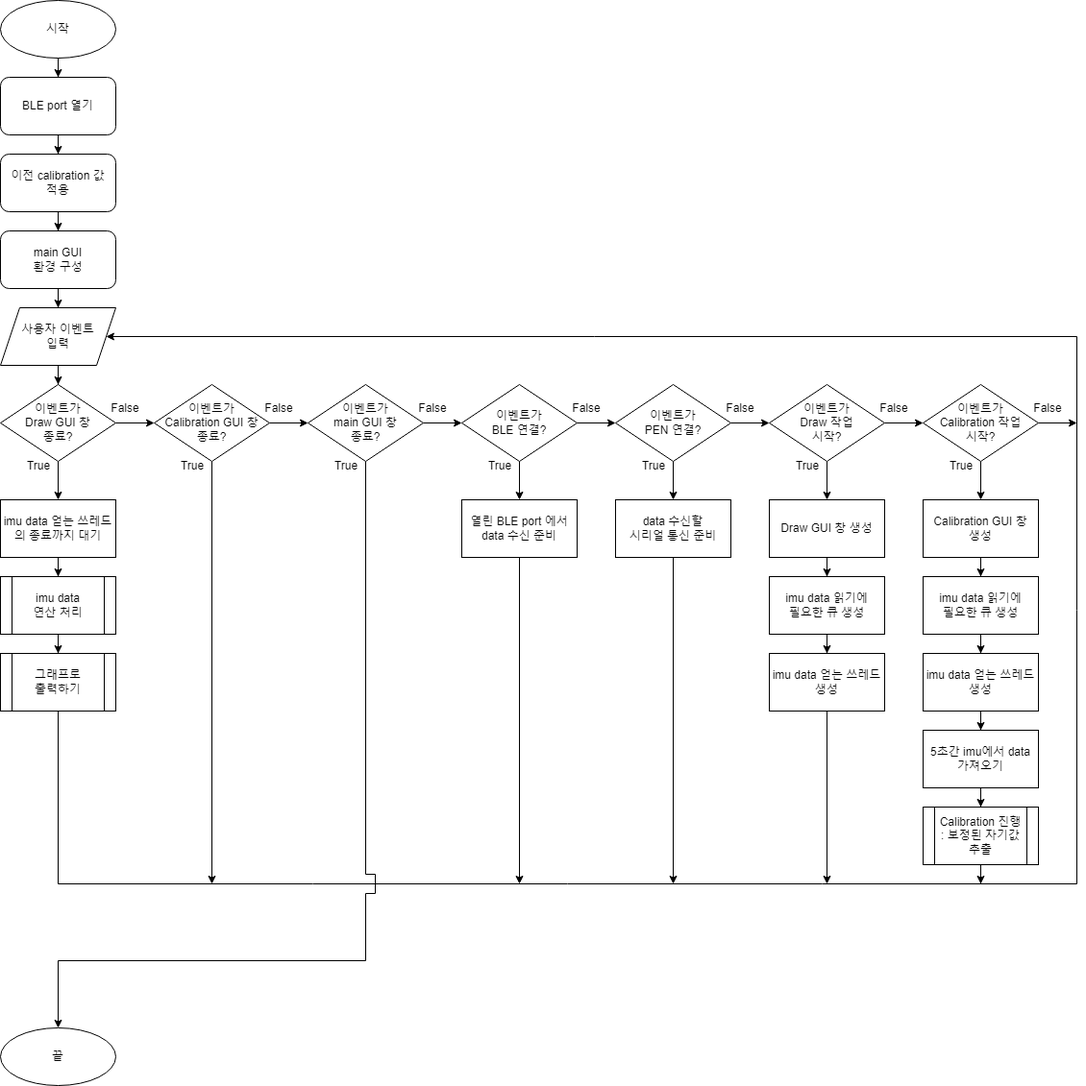
Above: pic/figure1.drawio.png in siorTeam/smart-pen (draw.io), before the change. Source tidied: cells renumbered, new cells last; positions are measured from the earlier drawing's top-left corner, leaving out a move shared by most shapes. Its diagram source:
```xml
<mxGraphModel>
  <root>
    <mxCell id="0" />
    <mxCell id="1" parent="0" />
    <mxCell id="2" style="edgeStyle=orthogonalEdgeStyle;rounded=0;jettySize=auto;html=1;exitX=0.5;exitY=1;exitDx=0;exitDy=0;" parent="1" edge="1" source="3" target="5">
      <mxGeometry relative="1" as="geometry" />
    </mxCell>
    <mxCell id="3" value="BLE port 열기" style="rounded=1;whiteSpace=wrap;html=1;" parent="1" vertex="1">
      <mxGeometry y="80" width="120" height="60" as="geometry" />
    </mxCell>
    <mxCell id="4" style="edgeStyle=orthogonalEdgeStyle;rounded=0;jettySize=auto;html=1;" parent="1" edge="1" source="5" target="7">
      <mxGeometry relative="1" as="geometry" />
    </mxCell>
    <mxCell id="5" value="이전 calibration 값&lt;br&gt;적용" style="rounded=1;whiteSpace=wrap;html=1;" parent="1" vertex="1">
      <mxGeometry y="160" width="120" height="60" as="geometry" />
    </mxCell>
    <mxCell id="6" style="edgeStyle=orthogonalEdgeStyle;rounded=0;jettySize=auto;html=1;" parent="1" edge="1" source="7" target="12">
      <mxGeometry relative="1" as="geometry" />
    </mxCell>
    <mxCell id="7" value="main GUI&lt;br&gt;환경 구성" style="rounded=1;whiteSpace=wrap;html=1;" parent="1" vertex="1">
      <mxGeometry y="240" width="120" height="60" as="geometry" />
    </mxCell>
    <mxCell id="8" style="edgeStyle=orthogonalEdgeStyle;rounded=0;jettySize=auto;html=1;exitX=0.5;exitY=1;exitDx=0;exitDy=0;entryX=0.5;entryY=0;entryDx=0;entryDy=0;" parent="1" edge="1" source="10" target="15">
      <mxGeometry relative="1" as="geometry">
        <Array as="points">
          <mxPoint x="380" y="910" />
          <mxPoint x="390" y="910" />
          <mxPoint x="390" y="930" />
          <mxPoint x="380" y="930" />
          <mxPoint x="380" y="1000" />
          <mxPoint x="60" y="1000" />
        </Array>
      </mxGeometry>
    </mxCell>
    <mxCell id="9" style="edgeStyle=orthogonalEdgeStyle;rounded=0;jettySize=auto;html=1;exitX=1;exitY=0.5;exitDx=0;exitDy=0;" parent="1" edge="1" source="10">
      <mxGeometry relative="1" as="geometry">
        <mxPoint x="480" y="440" as="targetPoint" />
      </mxGeometry>
    </mxCell>
    <mxCell id="10" value="이벤트가&lt;br&gt;main GUI 창&lt;br&gt;종료?" style="rhombus;whiteSpace=wrap;html=1;" parent="1" vertex="1">
      <mxGeometry x="320" y="400" width="120" height="80" as="geometry" />
    </mxCell>
    <mxCell id="11" style="edgeStyle=orthogonalEdgeStyle;rounded=0;jettySize=auto;html=1;entryX=0.5;entryY=0;entryDx=0;entryDy=0;" parent="1" edge="1" source="12" target="21">
      <mxGeometry relative="1" as="geometry" />
    </mxCell>
    <mxCell id="12" value="사용자 이벤트&lt;br&gt;입력" style="shape=parallelogram;perimeter=parallelogramPerimeter;whiteSpace=wrap;html=1;fixedSize=1;" parent="1" vertex="1">
      <mxGeometry y="320" width="120" height="60" as="geometry" />
    </mxCell>
    <mxCell id="13" style="edgeStyle=orthogonalEdgeStyle;rounded=0;jettySize=auto;html=1;exitX=0.5;exitY=1;exitDx=0;exitDy=0;" parent="1" edge="1" source="14" target="3">
      <mxGeometry relative="1" as="geometry" />
    </mxCell>
    <mxCell id="14" value="시작" style="ellipse;whiteSpace=wrap;html=1;" parent="1" vertex="1">
      <mxGeometry width="120" height="60" as="geometry" />
    </mxCell>
    <mxCell id="15" value="끝" style="ellipse;whiteSpace=wrap;html=1;" parent="1" vertex="1">
      <mxGeometry y="1070" width="120" height="60" as="geometry" />
    </mxCell>
    <mxCell id="16" style="edgeStyle=orthogonalEdgeStyle;rounded=0;jettySize=auto;html=1;entryX=0;entryY=0.5;entryDx=0;entryDy=0;" parent="1" edge="1" source="18" target="10">
      <mxGeometry relative="1" as="geometry" />
    </mxCell>
    <mxCell id="17" style="edgeStyle=orthogonalEdgeStyle;rounded=0;jettySize=auto;html=1;" parent="1" edge="1" source="18">
      <mxGeometry relative="1" as="geometry">
        <mxPoint x="220" y="920" as="targetPoint" />
      </mxGeometry>
    </mxCell>
    <mxCell id="18" value="이벤트가&lt;br&gt;Calibration GUI 창&lt;br&gt;종료?" style="rhombus;whiteSpace=wrap;html=1;" parent="1" vertex="1">
      <mxGeometry x="160" y="400" width="120" height="80" as="geometry" />
    </mxCell>
    <mxCell id="19" style="edgeStyle=orthogonalEdgeStyle;rounded=0;jettySize=auto;html=1;exitX=0.5;exitY=1;exitDx=0;exitDy=0;entryX=0.5;entryY=0;entryDx=0;entryDy=0;" parent="1" edge="1" source="21" target="23">
      <mxGeometry relative="1" as="geometry" />
    </mxCell>
    <mxCell id="20" style="edgeStyle=orthogonalEdgeStyle;rounded=0;jettySize=auto;html=1;entryX=0;entryY=0.5;entryDx=0;entryDy=0;" parent="1" edge="1" source="21" target="18">
      <mxGeometry relative="1" as="geometry" />
    </mxCell>
    <mxCell id="21" value="이벤트가&lt;br&gt;Draw GUI 창&lt;br&gt;종료?" style="rhombus;whiteSpace=wrap;html=1;" parent="1" vertex="1">
      <mxGeometry y="400" width="120" height="80" as="geometry" />
    </mxCell>
    <mxCell id="22" style="edgeStyle=orthogonalEdgeStyle;rounded=0;jettySize=auto;html=1;entryX=0.5;entryY=0;entryDx=0;entryDy=0;" parent="1" edge="1" source="23" target="25">
      <mxGeometry relative="1" as="geometry" />
    </mxCell>
    <mxCell id="23" value="imu data 얻는 쓰레드&lt;br&gt;의 종료까지 대기" style="rounded=0;whiteSpace=wrap;html=1;" parent="1" vertex="1">
      <mxGeometry y="520" width="120" height="60" as="geometry" />
    </mxCell>
    <mxCell id="24" style="edgeStyle=orthogonalEdgeStyle;rounded=0;jettySize=auto;html=1;" parent="1" edge="1" source="25" target="27">
      <mxGeometry relative="1" as="geometry" />
    </mxCell>
    <mxCell id="25" value="imu data&lt;br&gt;연산 처리" style="shape=process;whiteSpace=wrap;html=1;backgroundOutline=1;" parent="1" vertex="1">
      <mxGeometry y="600" width="120" height="60" as="geometry" />
    </mxCell>
    <mxCell id="26" style="edgeStyle=orthogonalEdgeStyle;rounded=0;jettySize=auto;html=1;entryX=1;entryY=0.5;entryDx=0;entryDy=0;" parent="1" edge="1" source="27" target="12">
      <mxGeometry relative="1" as="geometry">
        <Array as="points">
          <mxPoint x="60" y="920" />
          <mxPoint x="1120" y="920" />
          <mxPoint x="1120" y="350" />
        </Array>
      </mxGeometry>
    </mxCell>
    <mxCell id="27" value="그래프로&lt;br&gt;출력하기" style="shape=process;whiteSpace=wrap;html=1;backgroundOutline=1;" parent="1" vertex="1">
      <mxGeometry y="680" width="120" height="60" as="geometry" />
    </mxCell>
    <mxCell id="28" value="True" style="text;html=1;strokeColor=none;fillColor=none;align=center;verticalAlign=middle;whiteSpace=wrap;rounded=0;" parent="1" vertex="1">
      <mxGeometry x="30" y="480" width="20" height="10" as="geometry" />
    </mxCell>
    <mxCell id="29" value="True" style="text;html=1;strokeColor=none;fillColor=none;align=center;verticalAlign=middle;whiteSpace=wrap;rounded=0;" parent="1" vertex="1">
      <mxGeometry x="190" y="480" width="20" height="10" as="geometry" />
    </mxCell>
    <mxCell id="30" value="True" style="text;html=1;strokeColor=none;fillColor=none;align=center;verticalAlign=middle;whiteSpace=wrap;rounded=0;" parent="1" vertex="1">
      <mxGeometry x="350" y="480" width="20" height="10" as="geometry" />
    </mxCell>
    <mxCell id="31" value="False" style="text;html=1;strokeColor=none;fillColor=none;align=center;verticalAlign=middle;whiteSpace=wrap;rounded=0;" parent="1" vertex="1">
      <mxGeometry x="120" y="420" width="20" height="10" as="geometry" />
    </mxCell>
    <mxCell id="32" value="False" style="text;html=1;strokeColor=none;fillColor=none;align=center;verticalAlign=middle;whiteSpace=wrap;rounded=0;" parent="1" vertex="1">
      <mxGeometry x="280" y="420" width="20" height="10" as="geometry" />
    </mxCell>
    <mxCell id="33" value="False" style="text;html=1;strokeColor=none;fillColor=none;align=center;verticalAlign=middle;whiteSpace=wrap;rounded=0;" parent="1" vertex="1">
      <mxGeometry x="440" y="420" width="20" height="10" as="geometry" />
    </mxCell>
    <mxCell id="34" style="edgeStyle=orthogonalEdgeStyle;rounded=0;jettySize=auto;html=1;exitX=1;exitY=0.5;exitDx=0;exitDy=0;" parent="1" edge="1" source="36">
      <mxGeometry relative="1" as="geometry">
        <mxPoint x="640" y="440" as="targetPoint" />
      </mxGeometry>
    </mxCell>
    <mxCell id="35" style="edgeStyle=orthogonalEdgeStyle;rounded=0;jettySize=auto;html=1;" parent="1" edge="1" source="36" target="40">
      <mxGeometry relative="1" as="geometry" />
    </mxCell>
    <mxCell id="36" value="이벤트가&lt;br&gt;BLE 연결?" style="rhombus;whiteSpace=wrap;html=1;" parent="1" vertex="1">
      <mxGeometry x="480" y="400" width="120" height="80" as="geometry" />
    </mxCell>
    <mxCell id="37" value="True" style="text;html=1;strokeColor=none;fillColor=none;align=center;verticalAlign=middle;whiteSpace=wrap;rounded=0;" parent="1" vertex="1">
      <mxGeometry x="510" y="480" width="20" height="10" as="geometry" />
    </mxCell>
    <mxCell id="38" value="False" style="text;html=1;strokeColor=none;fillColor=none;align=center;verticalAlign=middle;whiteSpace=wrap;rounded=0;" parent="1" vertex="1">
      <mxGeometry x="600" y="420" width="20" height="10" as="geometry" />
    </mxCell>
    <mxCell id="39" style="edgeStyle=orthogonalEdgeStyle;rounded=0;jettySize=auto;html=1;" parent="1" edge="1" source="40">
      <mxGeometry relative="1" as="geometry">
        <mxPoint x="540" y="920" as="targetPoint" />
      </mxGeometry>
    </mxCell>
    <mxCell id="40" value="열린 BLE port 에서&lt;br&gt;data 수신 준비" style="rounded=0;whiteSpace=wrap;html=1;" parent="1" vertex="1">
      <mxGeometry x="480" y="520" width="120" height="60" as="geometry" />
    </mxCell>
    <mxCell id="41" style="edgeStyle=orthogonalEdgeStyle;rounded=0;jettySize=auto;html=1;exitX=1;exitY=0.5;exitDx=0;exitDy=0;" parent="1" edge="1" source="43">
      <mxGeometry relative="1" as="geometry">
        <mxPoint x="800" y="440" as="targetPoint" />
      </mxGeometry>
    </mxCell>
    <mxCell id="42" style="edgeStyle=orthogonalEdgeStyle;rounded=0;jettySize=auto;html=1;" parent="1" edge="1" source="43">
      <mxGeometry relative="1" as="geometry">
        <mxPoint x="700" y="520" as="targetPoint" />
      </mxGeometry>
    </mxCell>
    <mxCell id="43" value="이벤트가&lt;br&gt;PEN 연결?" style="rhombus;whiteSpace=wrap;html=1;" parent="1" vertex="1">
      <mxGeometry x="640" y="400" width="120" height="80" as="geometry" />
    </mxCell>
    <mxCell id="44" value="True" style="text;html=1;strokeColor=none;fillColor=none;align=center;verticalAlign=middle;whiteSpace=wrap;rounded=0;" parent="1" vertex="1">
      <mxGeometry x="670" y="480" width="20" height="10" as="geometry" />
    </mxCell>
    <mxCell id="45" value="False" style="text;html=1;strokeColor=none;fillColor=none;align=center;verticalAlign=middle;whiteSpace=wrap;rounded=0;" parent="1" vertex="1">
      <mxGeometry x="760" y="420" width="20" height="10" as="geometry" />
    </mxCell>
    <mxCell id="46" style="edgeStyle=orthogonalEdgeStyle;rounded=0;jettySize=auto;html=1;" parent="1" edge="1" source="47">
      <mxGeometry relative="1" as="geometry">
        <mxPoint x="700" y="920" as="targetPoint" />
      </mxGeometry>
    </mxCell>
    <mxCell id="47" value="data 수신할&lt;br&gt;시리얼 통신 준비" style="rounded=0;whiteSpace=wrap;html=1;" parent="1" vertex="1">
      <mxGeometry x="640" y="520" width="120" height="60" as="geometry" />
    </mxCell>
    <mxCell id="48" style="edgeStyle=orthogonalEdgeStyle;rounded=0;jettySize=auto;html=1;exitX=1;exitY=0.5;exitDx=0;exitDy=0;" parent="1" edge="1" source="50">
      <mxGeometry relative="1" as="geometry">
        <mxPoint x="960" y="440" as="targetPoint" />
      </mxGeometry>
    </mxCell>
    <mxCell id="49" style="edgeStyle=orthogonalEdgeStyle;rounded=0;jettySize=auto;html=1;" parent="1" edge="1" source="50">
      <mxGeometry relative="1" as="geometry">
        <mxPoint x="860" y="520" as="targetPoint" />
      </mxGeometry>
    </mxCell>
    <mxCell id="50" value="이벤트가&lt;br&gt;Draw 작업&lt;br&gt;시작?" style="rhombus;whiteSpace=wrap;html=1;" parent="1" vertex="1">
      <mxGeometry x="800" y="400" width="120" height="80" as="geometry" />
    </mxCell>
    <mxCell id="51" value="True" style="text;html=1;strokeColor=none;fillColor=none;align=center;verticalAlign=middle;whiteSpace=wrap;rounded=0;" parent="1" vertex="1">
      <mxGeometry x="830" y="480" width="20" height="10" as="geometry" />
    </mxCell>
    <mxCell id="52" value="False" style="text;html=1;strokeColor=none;fillColor=none;align=center;verticalAlign=middle;whiteSpace=wrap;rounded=0;" parent="1" vertex="1">
      <mxGeometry x="920" y="420" width="20" height="10" as="geometry" />
    </mxCell>
    <mxCell id="53" style="edgeStyle=orthogonalEdgeStyle;rounded=0;jettySize=auto;html=1;" parent="1" edge="1" source="54" target="58">
      <mxGeometry relative="1" as="geometry" />
    </mxCell>
    <mxCell id="54" value="Draw GUI 창 생성" style="rounded=0;whiteSpace=wrap;html=1;" parent="1" vertex="1">
      <mxGeometry x="800" y="520" width="120" height="60" as="geometry" />
    </mxCell>
    <mxCell id="55" style="edgeStyle=orthogonalEdgeStyle;rounded=0;jettySize=auto;html=1;" parent="1" edge="1" source="56">
      <mxGeometry relative="1" as="geometry">
        <mxPoint x="860" y="920" as="targetPoint" />
      </mxGeometry>
    </mxCell>
    <mxCell id="56" value="imu data 얻는 쓰레드&lt;br&gt;생성" style="rounded=0;whiteSpace=wrap;html=1;" parent="1" vertex="1">
      <mxGeometry x="800" y="680" width="120" height="60" as="geometry" />
    </mxCell>
    <mxCell id="57" style="edgeStyle=orthogonalEdgeStyle;rounded=0;jettySize=auto;html=1;" parent="1" edge="1" source="58" target="56">
      <mxGeometry relative="1" as="geometry" />
    </mxCell>
    <mxCell id="58" value="imu data 읽기에&lt;br&gt;필요한 큐 생성" style="rounded=0;whiteSpace=wrap;html=1;" parent="1" vertex="1">
      <mxGeometry x="800" y="600" width="120" height="60" as="geometry" />
    </mxCell>
    <mxCell id="59" style="edgeStyle=orthogonalEdgeStyle;rounded=0;jettySize=auto;html=1;exitX=1;exitY=0.5;exitDx=0;exitDy=0;" parent="1" edge="1" source="61">
      <mxGeometry relative="1" as="geometry">
        <mxPoint x="1120" y="440" as="targetPoint" />
      </mxGeometry>
    </mxCell>
    <mxCell id="60" style="edgeStyle=orthogonalEdgeStyle;rounded=0;jettySize=auto;html=1;" parent="1" edge="1" source="61">
      <mxGeometry relative="1" as="geometry">
        <mxPoint x="1020" y="520" as="targetPoint" />
      </mxGeometry>
    </mxCell>
    <mxCell id="61" value="이벤트가&lt;br&gt;Calibration 작업&lt;br&gt;시작?" style="rhombus;whiteSpace=wrap;html=1;" parent="1" vertex="1">
      <mxGeometry x="960" y="400" width="120" height="80" as="geometry" />
    </mxCell>
    <mxCell id="62" value="True" style="text;html=1;strokeColor=none;fillColor=none;align=center;verticalAlign=middle;whiteSpace=wrap;rounded=0;" parent="1" vertex="1">
      <mxGeometry x="990" y="480" width="20" height="10" as="geometry" />
    </mxCell>
    <mxCell id="63" value="False" style="text;html=1;strokeColor=none;fillColor=none;align=center;verticalAlign=middle;whiteSpace=wrap;rounded=0;" parent="1" vertex="1">
      <mxGeometry x="1080" y="420" width="20" height="10" as="geometry" />
    </mxCell>
    <mxCell id="64" style="edgeStyle=orthogonalEdgeStyle;rounded=0;jettySize=auto;html=1;" parent="1" edge="1" source="65" target="69">
      <mxGeometry relative="1" as="geometry" />
    </mxCell>
    <mxCell id="65" value="Calibration GUI 창&lt;br&gt;생성" style="rounded=0;whiteSpace=wrap;html=1;" parent="1" vertex="1">
      <mxGeometry x="960" y="520" width="120" height="60" as="geometry" />
    </mxCell>
    <mxCell id="66" style="edgeStyle=orthogonalEdgeStyle;rounded=0;jettySize=auto;html=1;entryX=0.5;entryY=0;entryDx=0;entryDy=0;" parent="1" edge="1" source="67" target="71">
      <mxGeometry relative="1" as="geometry" />
    </mxCell>
    <mxCell id="67" value="imu data 얻는 쓰레드&lt;br&gt;생성" style="rounded=0;whiteSpace=wrap;html=1;" parent="1" vertex="1">
      <mxGeometry x="960" y="680" width="120" height="60" as="geometry" />
    </mxCell>
    <mxCell id="68" style="edgeStyle=orthogonalEdgeStyle;rounded=0;jettySize=auto;html=1;" parent="1" edge="1" source="69" target="67">
      <mxGeometry relative="1" as="geometry" />
    </mxCell>
    <mxCell id="69" value="imu data 읽기에&lt;br&gt;필요한 큐 생성" style="rounded=0;whiteSpace=wrap;html=1;" parent="1" vertex="1">
      <mxGeometry x="960" y="600" width="120" height="60" as="geometry" />
    </mxCell>
    <mxCell id="70" style="edgeStyle=orthogonalEdgeStyle;rounded=0;jettySize=auto;html=1;" parent="1" edge="1" source="71" target="73">
      <mxGeometry relative="1" as="geometry" />
    </mxCell>
    <mxCell id="71" value="5초간 imu에서 data&lt;br&gt;가져오기" style="rounded=0;whiteSpace=wrap;html=1;" parent="1" vertex="1">
      <mxGeometry x="960" y="760" width="120" height="60" as="geometry" />
    </mxCell>
    <mxCell id="72" style="edgeStyle=orthogonalEdgeStyle;rounded=0;jettySize=auto;html=1;" parent="1" edge="1" source="73">
      <mxGeometry relative="1" as="geometry">
        <mxPoint x="1020" y="920" as="targetPoint" />
      </mxGeometry>
    </mxCell>
    <mxCell id="73" value="Calibration 진행&lt;br&gt;: 보정된 자기값&lt;br&gt;추출" style="shape=process;whiteSpace=wrap;html=1;backgroundOutline=1;" parent="1" vertex="1">
      <mxGeometry x="960" y="840" width="120" height="60" as="geometry" />
    </mxCell>
  </root>
</mxGraphModel>
```
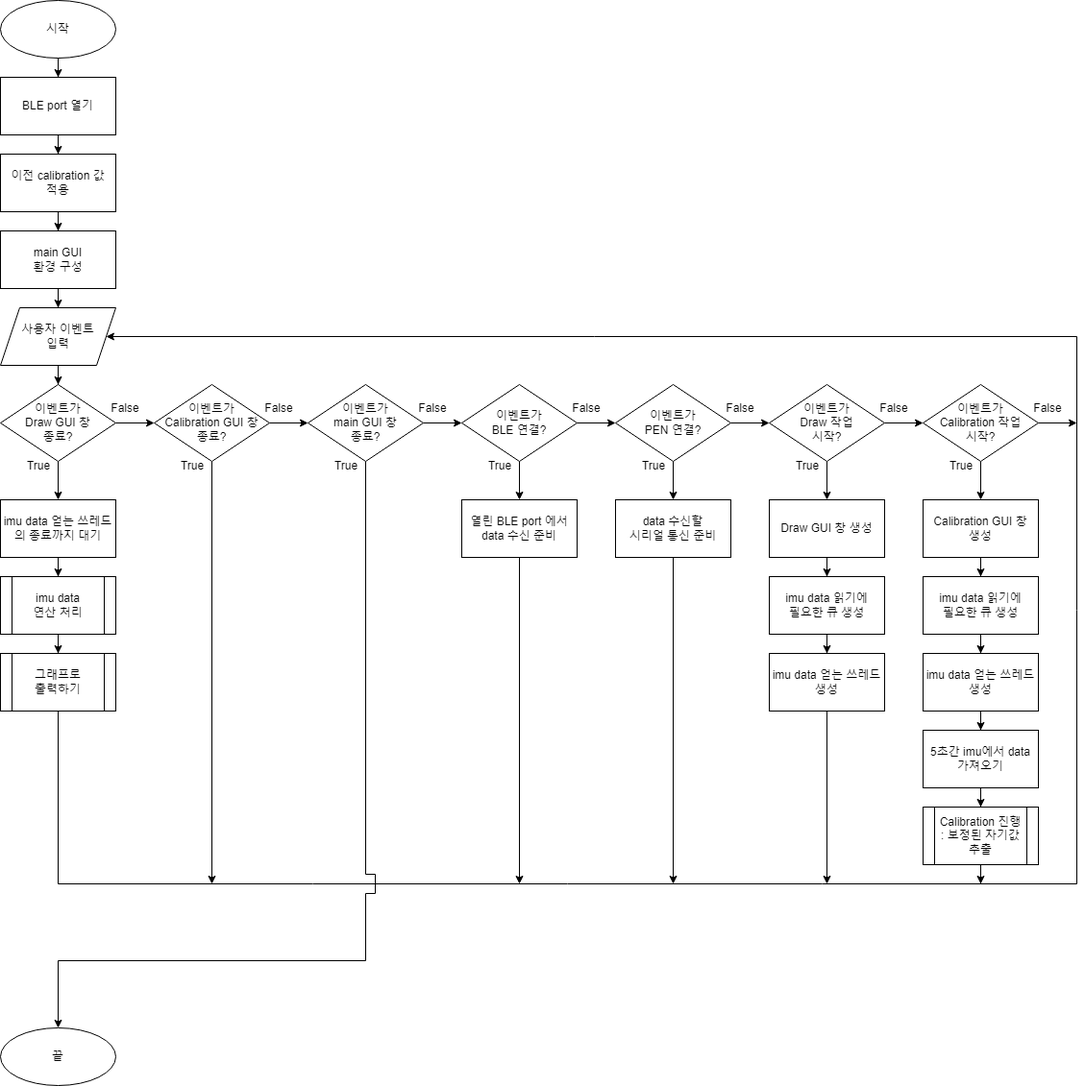
Above is the later version.

Diff of the diagram source:
```diff
@@ -5,19 +5,19 @@
     <mxCell id="2" style="edgeStyle=orthogonalEdgeStyle;rounded=0;jettySize=auto;html=1;exitX=0.5;exitY=1;exitDx=0;exitDy=0;" parent="1" edge="1" source="3" target="5">
       <mxGeometry relative="1" as="geometry" />
     </mxCell>
-    <mxCell id="3" value="BLE port 열기" style="rounded=1;whiteSpace=wrap;html=1;" parent="1" vertex="1">
+    <mxCell id="3" value="BLE port 열기" style="rounded=1;whiteSpace=wrap;html=1;arcSize=0;" parent="1" vertex="1">
       <mxGeometry y="80" width="120" height="60" as="geometry" />
     </mxCell>
     <mxCell id="4" style="edgeStyle=orthogonalEdgeStyle;rounded=0;jettySize=auto;html=1;" parent="1" edge="1" source="5" target="7">
       <mxGeometry relative="1" as="geometry" />
     </mxCell>
-    <mxCell id="5" value="이전 calibration 값&lt;br&gt;적용" style="rounded=1;whiteSpace=wrap;html=1;" parent="1" vertex="1">
+    <mxCell id="5" value="이전 calibration 값&lt;br&gt;적용" style="rounded=1;whiteSpace=wrap;html=1;arcSize=0;" parent="1" vertex="1">
       <mxGeometry y="160" width="120" height="60" as="geometry" />
     </mxCell>
     <mxCell id="6" style="edgeStyle=orthogonalEdgeStyle;rounded=0;jettySize=auto;html=1;" parent="1" edge="1" source="7" target="12">
       <mxGeometry relative="1" as="geometry" />
     </mxCell>
-    <mxCell id="7" value="main GUI&lt;br&gt;환경 구성" style="rounded=1;whiteSpace=wrap;html=1;" parent="1" vertex="1">
+    <mxCell id="7" value="main GUI&lt;br&gt;환경 구성" style="rounded=1;whiteSpace=wrap;html=1;arcSize=0;" parent="1" vertex="1">
       <mxGeometry y="240" width="120" height="60" as="geometry" />
     </mxCell>
     <mxCell id="8" style="edgeStyle=orthogonalEdgeStyle;rounded=0;jettySize=auto;html=1;exitX=0.5;exitY=1;exitDx=0;exitDy=0;entryX=0.5;entryY=0;entryDx=0;entryDy=0;" parent="1" edge="1" source="10" target="15">
```
